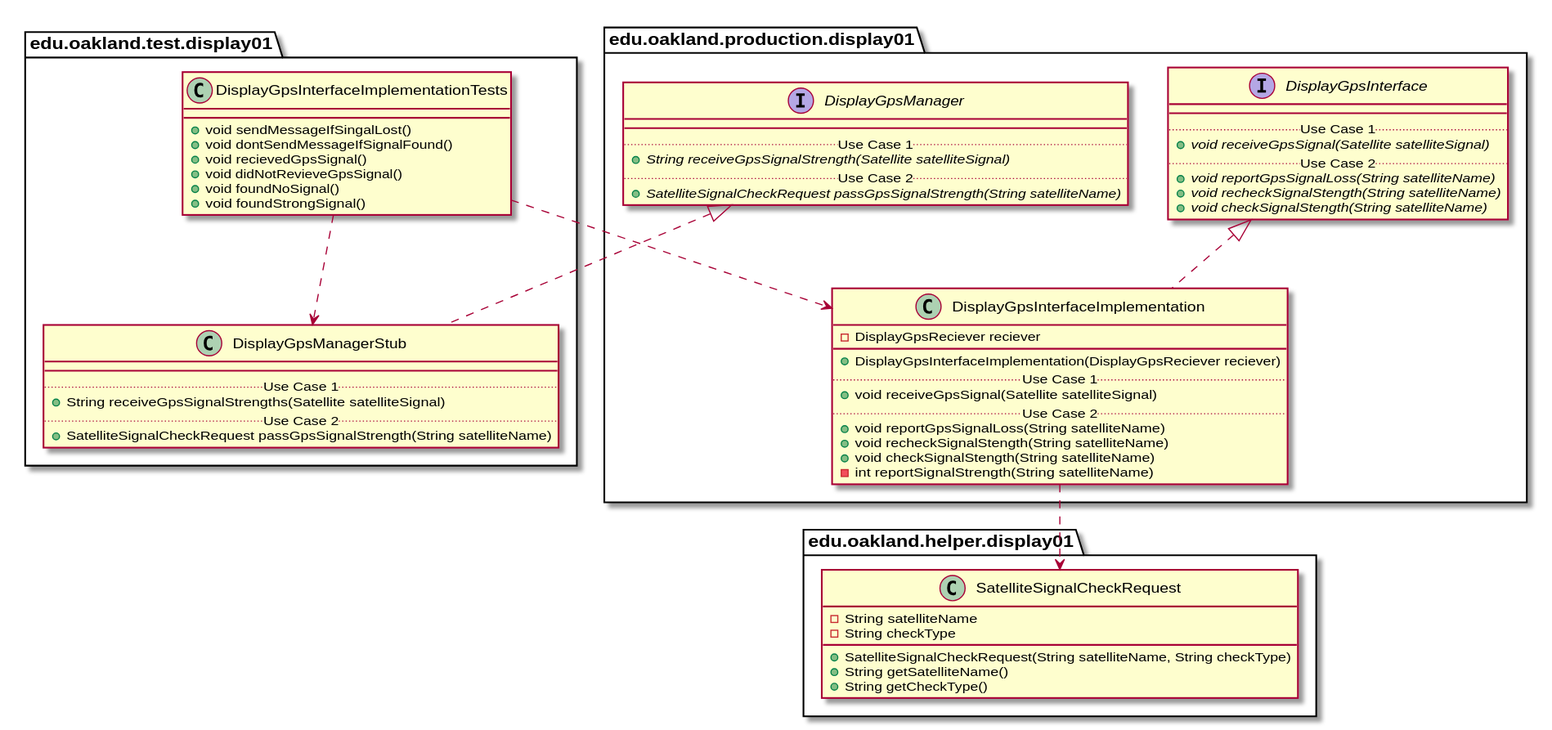
The PlantUML diagram docs/uml-class-diagrams/display01/test/DisplayGpsInterfaceImplementationTests/DisplayGpsInterfaceImplementationTests_Closure.svg in casher-ou/csi-3370-software-project, before a commit. The source it was exported from:
```plantuml
@startuml DisplayGpsInterfaceImplementationTests_Closure


package edu.oakland.test.display01 {
    class DisplayGpsInterfaceImplementationTests {
      + void sendMessageIfSingalLost()
      + void dontSendMessageIfSignalFound()
      + void recievedGpsSignal()
      + void didNotRevieveGpsSignal()
      + void foundNoSignal()
      + void foundStrongSignal()
    }
}




package edu.oakland.test.display01 {
    class DisplayGpsManagerStub {
        __
        .. Use Case 1 ..
        + String receiveGpsSignalStrengths(Satellite satelliteSignal)
        .. Use Case 2 ..
        + SatelliteSignalCheckRequest passGpsSignalStrength(String satelliteName)
    }
}




package edu.oakland.production.display01 {
    interface DisplayGpsManager {
        __
        .. Use Case 1 ..
        {abstract} + String receiveGpsSignalStrength(Satellite satelliteSignal)
        .. Use Case 2 ..
        {abstract} + SatelliteSignalCheckRequest passGpsSignalStrength(String satelliteName)
    }
}






DisplayGpsManagerStub .up.|> DisplayGpsManager



DisplayGpsInterfaceImplementationTests ..> DisplayGpsManagerStub




package edu.oakland.production.display01 {
    class DisplayGpsInterfaceImplementation {
        - DisplayGpsReciever reciever
        __
        + DisplayGpsInterfaceImplementation(DisplayGpsReciever reciever)
        .. Use Case 1 ..
        + void receiveGpsSignal(Satellite satelliteSignal)
        .. Use Case 2 ..
        + void reportGpsSignalLoss(String satelliteName)
        + void recheckSignalStength(String satelliteName)
        + void checkSignalStength(String satelliteName)
        - int reportSignalStrength(String satelliteName)
    }
}




package edu.oakland.production.display01 {
    interface DisplayGpsInterface {
        __
        .. Use Case 1 ..
        {abstract} + void receiveGpsSignal(Satellite satelliteSignal)
        .. Use Case 2 ..
        {abstract} + void reportGpsSignalLoss(String satelliteName)
        {abstract} + void recheckSignalStength(String satelliteName)
        {abstract} + void checkSignalStength(String satelliteName)
    }
}






DisplayGpsInterfaceImplementation .up.|> DisplayGpsInterface



package edu.oakland.helper.display01 {
    class SatelliteSignalCheckRequest {
        - String satelliteName
        - String checkType
        + SatelliteSignalCheckRequest(String satelliteName, String checkType)
        + String getSatelliteName()
        + String getCheckType()
    }
}






DisplayGpsInterfaceImplementation ..> SatelliteSignalCheckRequest



DisplayGpsInterfaceImplementationTests ..> DisplayGpsInterfaceImplementation



@enduml
```
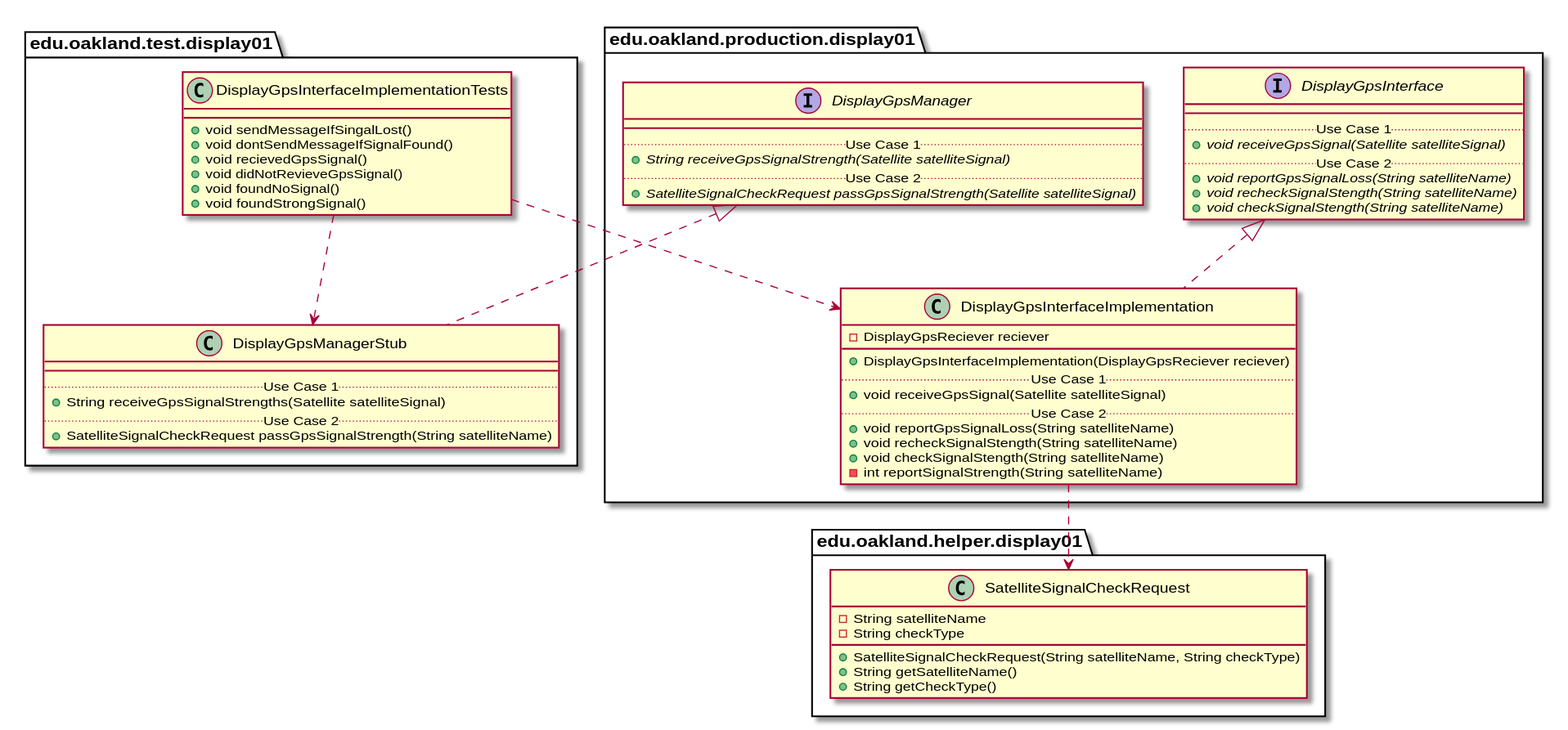
After the change.

The edit, as a diff of the source:
```diff
@@ -34,7 +34,7 @@
         .. Use Case 1 ..
         {abstract} + String receiveGpsSignalStrength(Satellite satelliteSignal)
         .. Use Case 2 ..
-        {abstract} + SatelliteSignalCheckRequest passGpsSignalStrength(String satelliteName)
+        {abstract} + SatelliteSignalCheckRequest passGpsSignalStrength(Satellite satelliteSignal)
     }
 }
 
```
